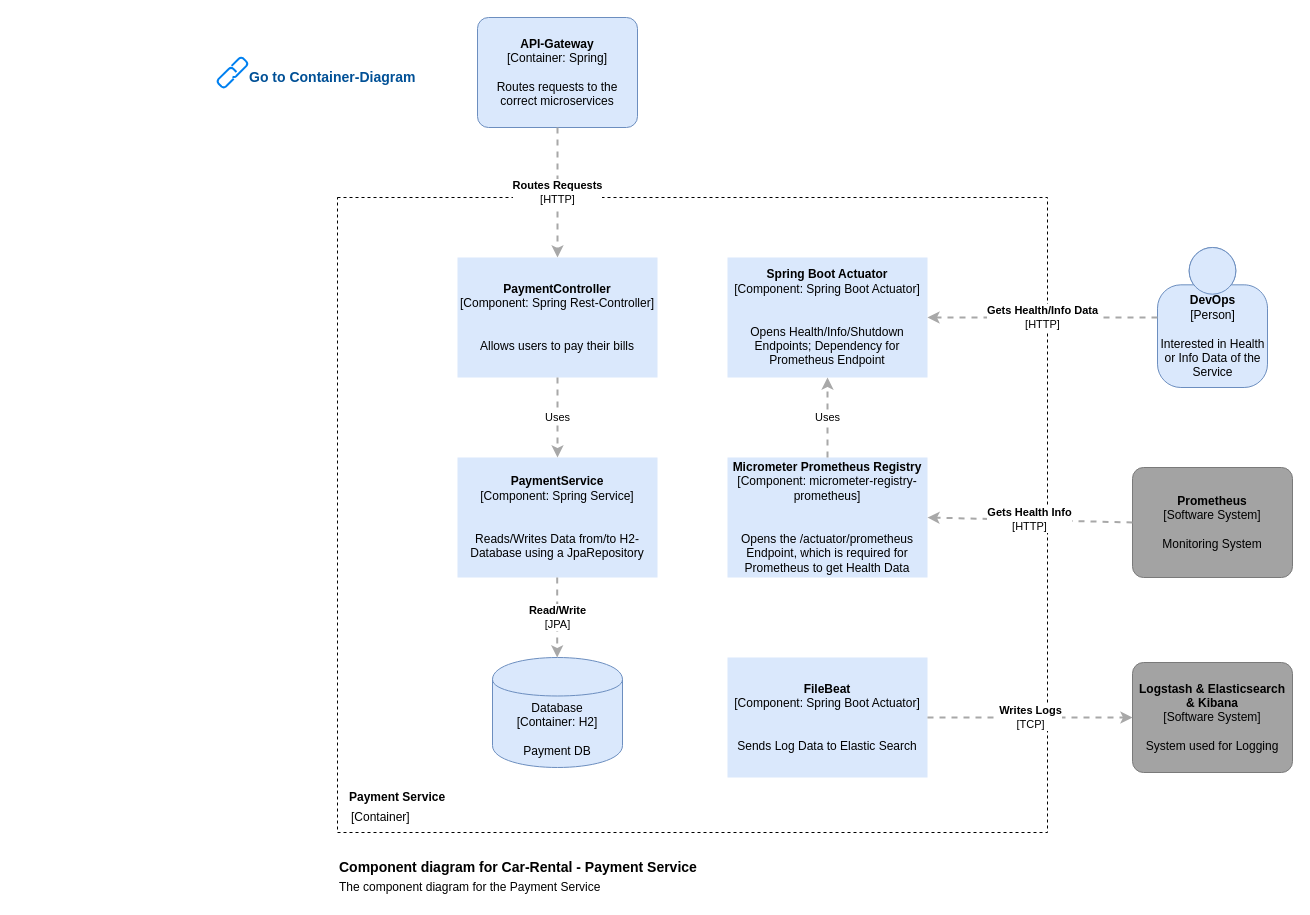
Above: page "Payment Service" (5 of 8) of diagramme/draw.io_Files/car-rental-c4.drawio in asys1920/asysmanagement (draw.io), before the change. Source tidied: cells renumbered, new cells numbered last; positions are measured from the earlier drawing's top-left corner, leaving out a move shared by most shapes. Both pictures are drawn from the tidied source at 100%, with x=0, y=0 at pixel (217, 17).
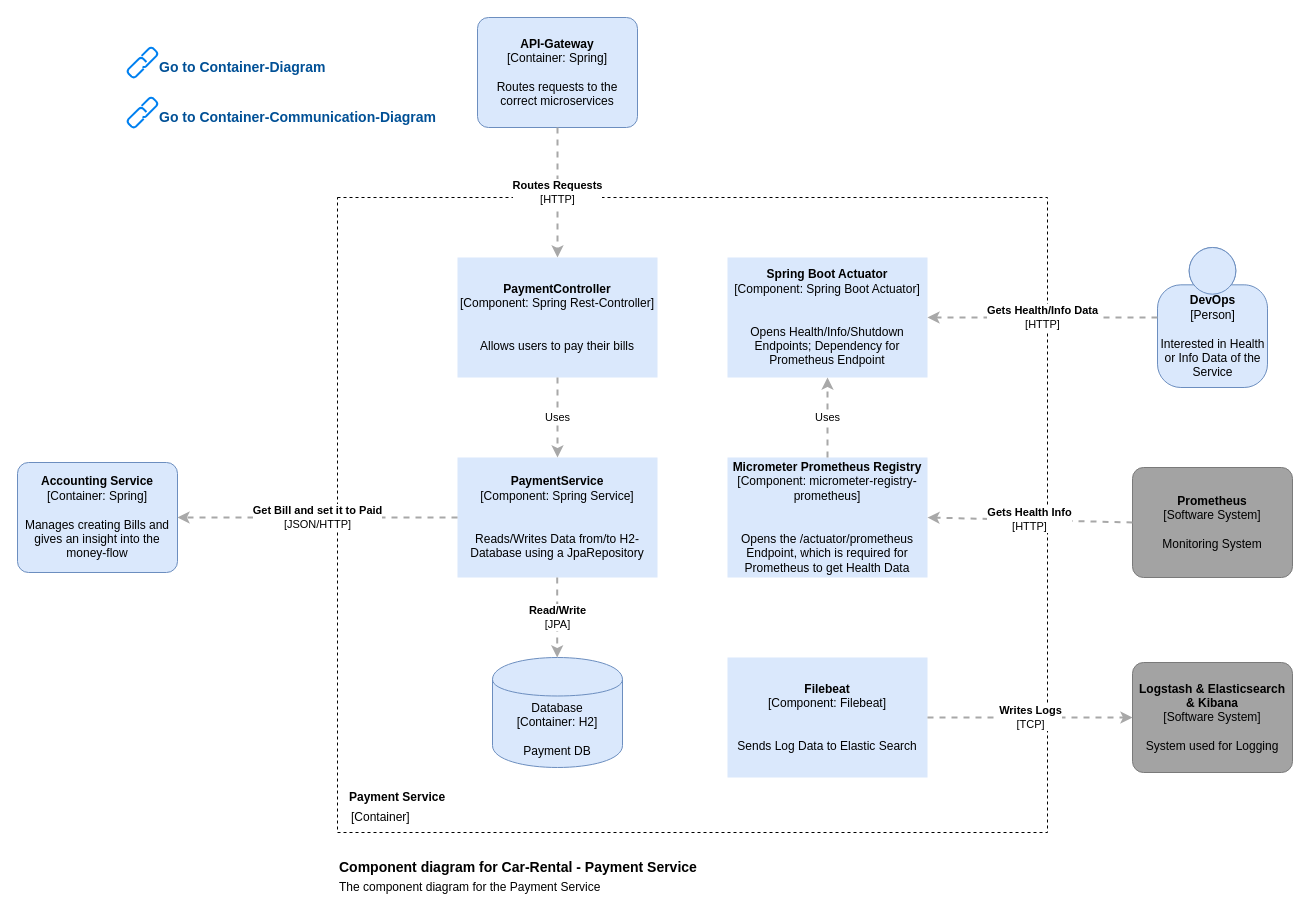
The same diagram, later.

Unchanged cells that the change refers to:
```xml
<mxCell id="2" style="rounded=0;whiteSpace=wrap;html=1;strokeWidth=1;fillColor=none;fontColor=#005096;align=left;dashed=1;" parent="1" vertex="1">
  <mxGeometry x="120" y="180" width="710" height="635" as="geometry" />
</mxCell>
```

What changed in the source:
```diff
@@
+    <mxCell id="29" style="edgeStyle=orthogonalEdgeStyle;rounded=0;jettySize=auto;html=1;fontColor=#000000;" parent="1" edge="1" source="2">
+      <mxGeometry relative="1" as="geometry">
+        <mxPoint x="40" y="497.5" as="targetPoint" />
+      </mxGeometry>
+    </mxCell>
@@
     <mxCell id="5" style="group;" parent="1" vertex="1">
-      <mxGeometry y="40" width="210" height="30" as="geometry" />
+      <mxGeometry x="-90" y="30" width="210" height="30" as="geometry" />
     </mxCell>
@@
-    <mxCell id="20" value="&lt;b&gt;FileBeat&lt;br&gt;&lt;/b&gt;[Component: Spring Boot Actuator]&lt;br&gt;&lt;br&gt;&lt;br&gt;Sends Log Data to Elastic Search" style="rounded=0;whiteSpace=wrap;html=1;strokeWidth=1;fillColor=#dae8fc;align=center;strokeColor=none;" parent="1" vertex="1">
+    <mxCell id="20" value="&lt;b&gt;Filebeat&lt;br&gt;&lt;/b&gt;[Component: Filebeat]&lt;br&gt;&lt;br&gt;&lt;br&gt;Sends Log Data to Elastic Search" style="rounded=0;whiteSpace=wrap;html=1;strokeWidth=1;fillColor=#dae8fc;align=center;strokeColor=none;" parent="1" vertex="1">
       <mxGeometry x="510" y="640" width="200" height="120" as="geometry" />
     </mxCell>
@@
+    <mxCell id="30" value="&lt;span&gt;&lt;b&gt;Accounting Service&lt;/b&gt;&lt;/span&gt;&lt;br&gt;&lt;div&gt;[Container:&amp;nbsp;&lt;span&gt;Spring&lt;/span&gt;&lt;span&gt;]&lt;/span&gt;&lt;/div&gt;&lt;br&gt;&lt;div&gt;Manages creating Bills and gives an insight into the money-flow&lt;/div&gt;" style="rounded=1;whiteSpace=wrap;html=1;labelBackgroundColor=none;fillColor=#dae8fc;fontColor=#000000;align=center;arcSize=10;strokeColor=#6c8ebf;points=[[0.25,0,0],[0.5,0,0],[0.75,0,0],[1,0.25,0],[1,0.5,0],[1,0.75,0],[0.75,1,0],[0.5,1,0],[0.25,1,0],[0,0.75,0],[0,0.5,0],[0,0.25,0]];" parent="1" vertex="1">
+      <mxGeometry x="-200" y="445" width="160" height="110" as="geometry" />
+    </mxCell>
+    <mxCell id="31" value="&lt;div style=&quot;text-align: left&quot;&gt;&lt;div style=&quot;text-align: center&quot;&gt;&lt;b&gt;Get Bill and set it to Paid&lt;/b&gt;&lt;/div&gt;&lt;div style=&quot;text-align: center&quot;&gt;[JSON/HTTP]&lt;br&gt;&lt;/div&gt;&lt;/div&gt;" style="edgeStyle=none;rounded=0;html=1;jettySize=auto;strokeColor=#A8A8A8;strokeWidth=2;fontColor=#000000;jumpStyle=none;dashed=1;exitX=0;exitY=0.5;exitDx=0;exitDy=0;entryX=1;entryY=0.5;entryDx=0;entryDy=0;entryPerimeter=0;" parent="1" edge="1" target="30">
+      <mxGeometry relative="1" as="geometry">
+        <mxPoint x="240" y="500" as="sourcePoint" />
+      </mxGeometry>
+    </mxCell>
+    <mxCell id="32" style="group;" parent="1" vertex="1">
+      <mxGeometry x="-90" y="80" width="320" height="30" as="geometry" />
+    </mxCell>
+    <mxCell id="33" style="html=1;verticalLabelPosition=bottom;align=center;labelBackgroundColor=#ffffff;verticalAlign=top;strokeWidth=2;strokeColor=#0080F0;shadow=0;dashed=0;shape=mxgraph.ios7.icons.link;fillColor=none;" parent="32" vertex="1">
+      <mxGeometry width="30" height="30" as="geometry" />
+    </mxCell>
+    <mxCell id="34" value="&lt;b&gt;&lt;font style=&quot;font-size: 14px&quot;&gt;Go to Container-Communication-Diagram&lt;br&gt;&lt;/font&gt;&lt;/b&gt;" style="text;html=1;align=left;verticalAlign=middle;fontColor=#005096;" parent="32" vertex="1">
+      <mxGeometry x="30" y="10" width="290" height="20" as="geometry" />
+    </mxCell>
```
